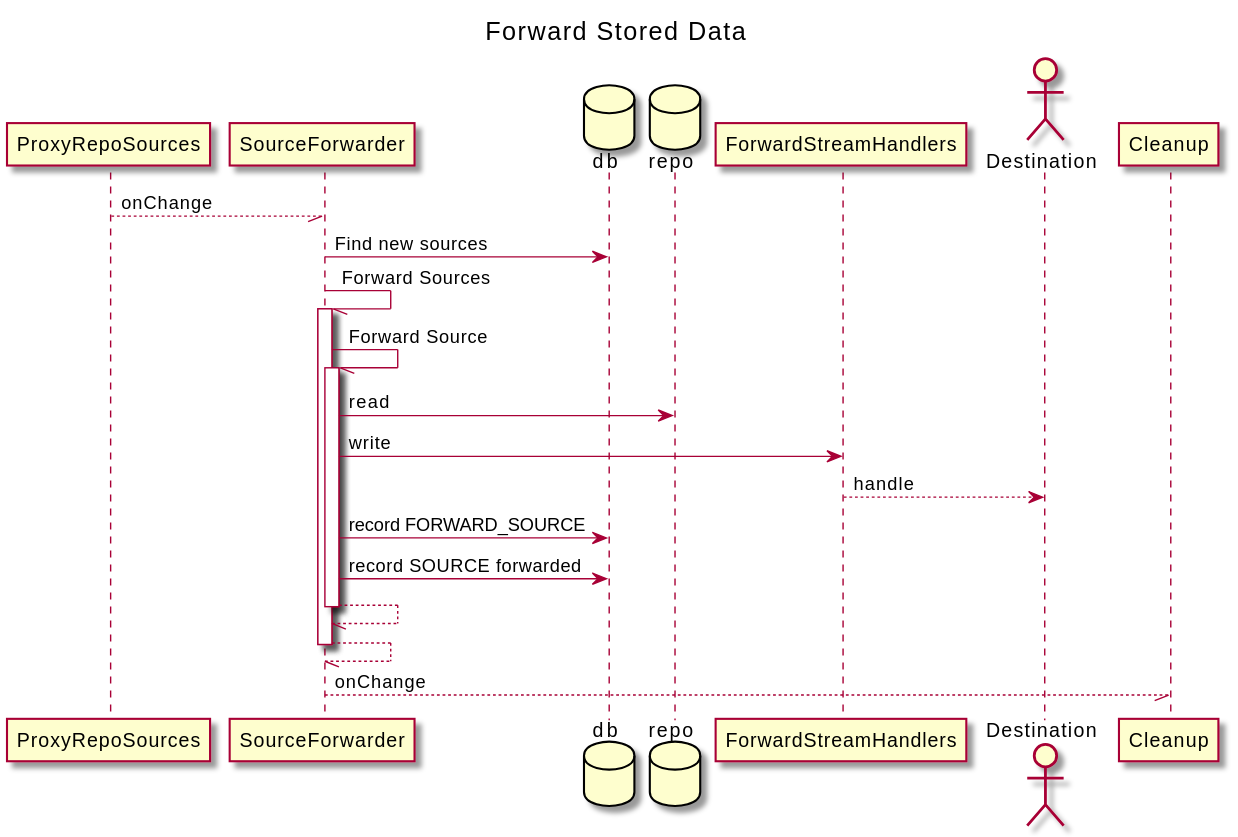
Earlier version of the PlantUML export stroom-proxy/doc/forward-stored-data-sequence.svg (gchq/stroom). Source of this version:
```plantuml
@startuml

title Forward Stored Data

participant ProxyRepoSources
participant SourceForwarder
database db
database repo
participant ForwardStreamHandlers
actor Destination
participant Cleanup

ProxyRepoSources --// SourceForwarder: onChange
SourceForwarder -> db: Find new sources
SourceForwarder -// SourceForwarder++: Forward Sources
SourceForwarder -// SourceForwarder++: Forward Source
SourceForwarder -> repo: read
SourceForwarder -> ForwardStreamHandlers: write
ForwardStreamHandlers --> Destination: handle
SourceForwarder -> db: record FORWARD_SOURCE

SourceForwarder -> db: record SOURCE forwarded
return
return

SourceForwarder --// Cleanup: onChange

@enduml
```
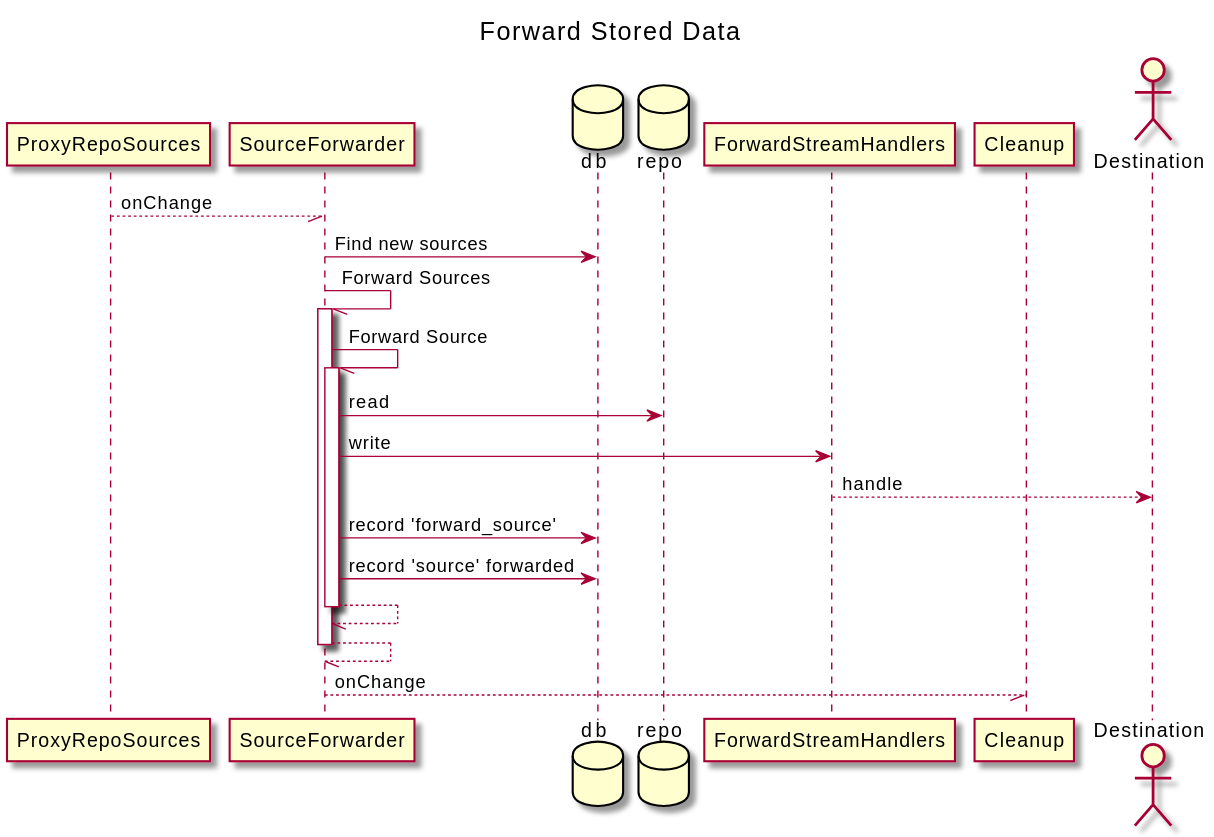
After the change.

The edit, as a diff of the source:
```diff
@@ -7,8 +7,8 @@
 database db
 database repo
 participant ForwardStreamHandlers
+participant Cleanup
 actor Destination
-participant Cleanup
 
 ProxyRepoSources --// SourceForwarder: onChange
 SourceForwarder -> db: Find new sources
@@ -17,9 +17,9 @@
 SourceForwarder -> repo: read
 SourceForwarder -> ForwardStreamHandlers: write
 ForwardStreamHandlers --> Destination: handle
-SourceForwarder -> db: record FORWARD_SOURCE
+SourceForwarder -> db: record 'forward_source'
 
-SourceForwarder -> db: record SOURCE forwarded
+SourceForwarder -> db: record 'source' forwarded
 return
 return
 
```
